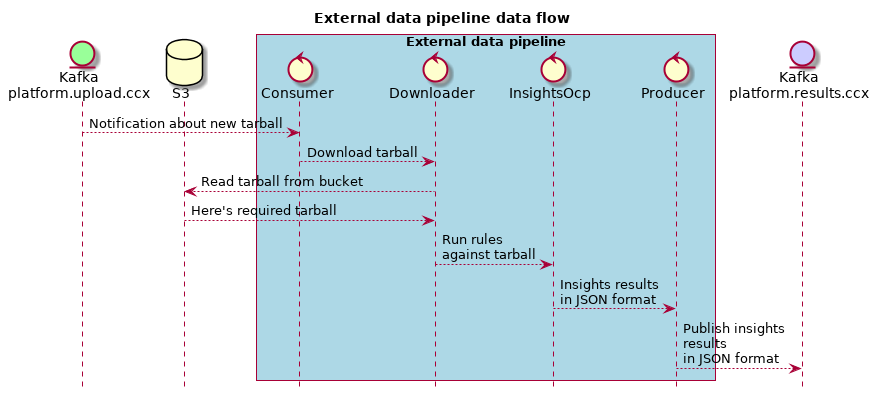
This is doc/sequence-diagram.png from RedHatInsights/dvo-extractor, a PlantUML export, as it was before one commit.
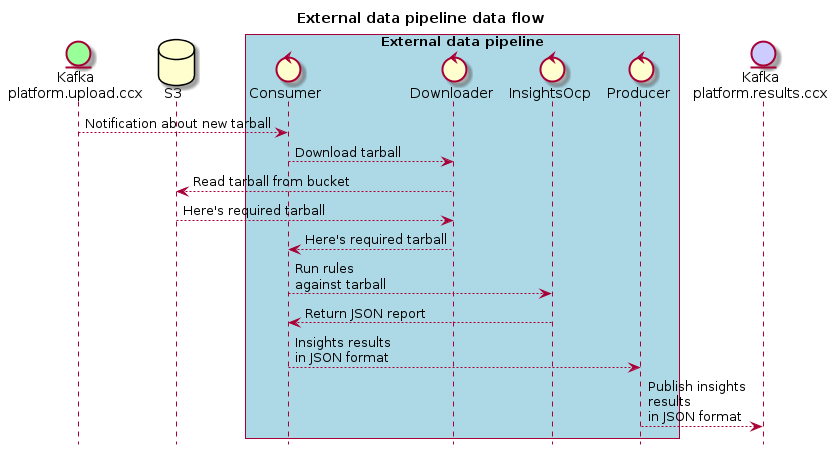
After the commit.

Commit message:
Fix sequence diagram

Change to the diagram source:
```diff
@@ -16,8 +16,10 @@
 Consumer --> Downloader : Download tarball
 Downloader --> S3 : Read tarball from bucket
 S3 --> Downloader : Here's required tarball
-Downloader --> InsightsOcp : Run rules\nagainst tarball
-InsightsOcp --> Producer : Insights results\nin JSON format
+Downloader --> Consumer : Here's required tarball
+Consumer --> InsightsOcp : Run rules\nagainst tarball
+InsightsOcp --> Consumer : Return JSON report
+Consumer --> Producer : Insights results\nin JSON format
 Producer --> kafka2 : Publish insights\nresults\nin JSON format
 
 @enduml
```
